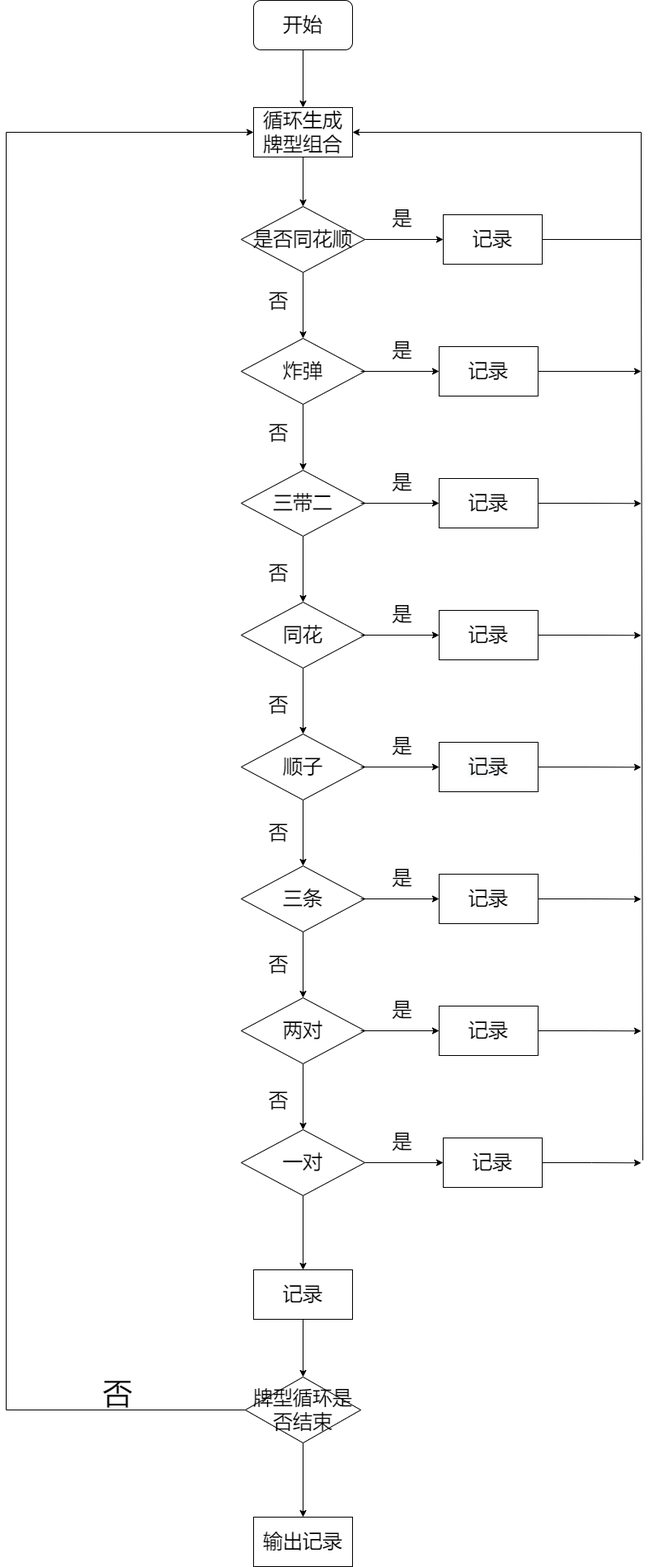
Above: Untitled Diagram.drawio.png in whitesweater/first_ (draw.io), before the change. Source tidied: cells renumbered, new cells last; positions are measured from the earlier drawing's top-left corner, leaving out a move shared by most shapes.
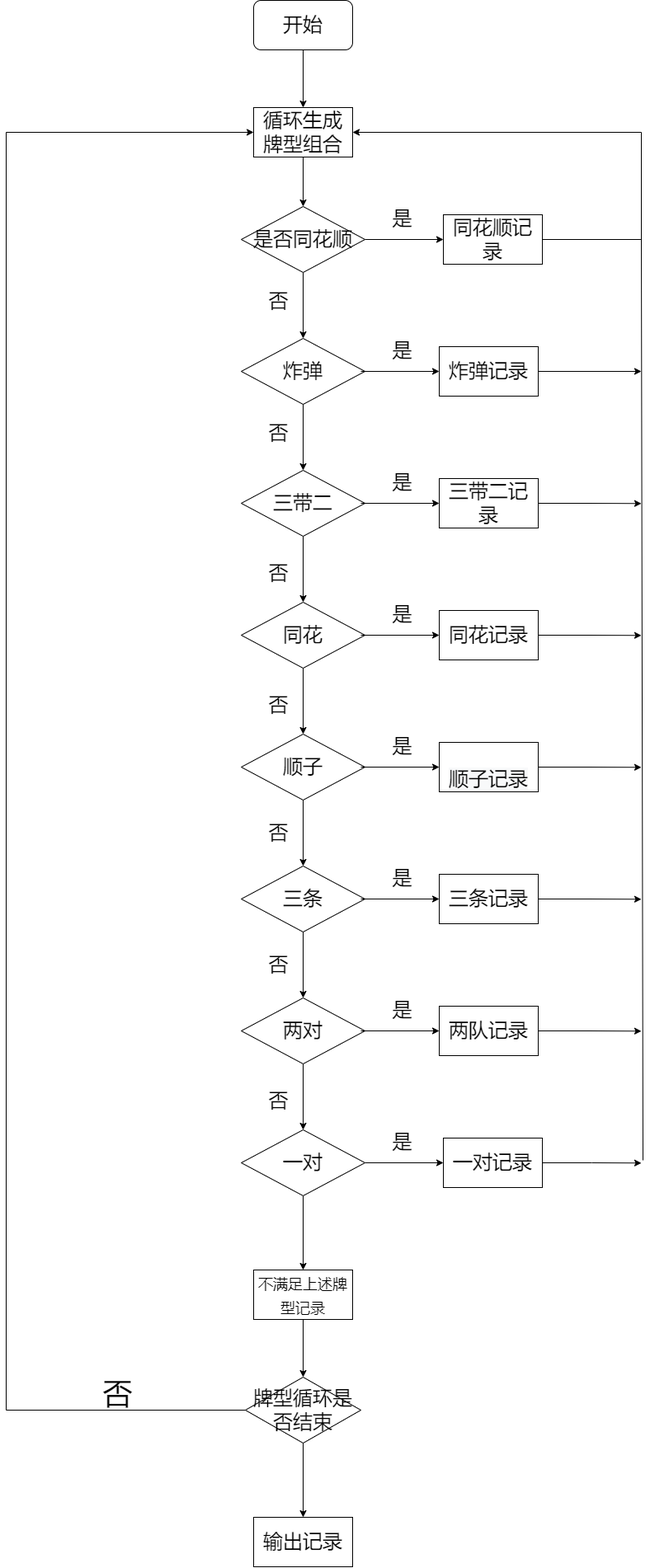
Later version of the same file.

Diff of the diagram source:
```diff
@@ -86,7 +86,7 @@
         </Array>
       </mxGeometry>
     </mxCell>
-    <mxCell id="27" value="记录" style="whiteSpace=wrap;html=1;fontSize=24;" parent="1" vertex="1">
+    <mxCell id="27" value="同花顺记录" style="whiteSpace=wrap;html=1;fontSize=24;" parent="1" vertex="1">
       <mxGeometry x="530" y="260" width="120" height="60" as="geometry" />
     </mxCell>
     <mxCell id="28" style="edgeStyle=orthogonalEdgeStyle;rounded=0;jettySize=auto;html=1;fontSize=24;" parent="1" edge="1" target="30">
@@ -99,7 +99,7 @@
         <mxPoint x="770" y="450" as="targetPoint" />
       </mxGeometry>
     </mxCell>
-    <mxCell id="30" value="&lt;span&gt;记录&lt;/span&gt;" style="whiteSpace=wrap;html=1;fontSize=24;" parent="1" vertex="1">
+    <mxCell id="30" value="&lt;span&gt;炸弹记录&lt;/span&gt;" style="whiteSpace=wrap;html=1;fontSize=24;" parent="1" vertex="1">
       <mxGeometry x="525" y="420" width="120" height="60" as="geometry" />
     </mxCell>
     <mxCell id="31" style="edgeStyle=orthogonalEdgeStyle;rounded=0;jettySize=auto;html=1;fontSize=24;" parent="1" edge="1" target="33">
@@ -112,7 +112,7 @@
         <mxPoint x="770" y="610.3" as="targetPoint" />
       </mxGeometry>
     </mxCell>
-    <mxCell id="33" value="&lt;span&gt;记录&lt;/span&gt;" style="whiteSpace=wrap;html=1;fontSize=24;" parent="1" vertex="1">
+    <mxCell id="33" value="&lt;span&gt;三带二记录&lt;/span&gt;" style="whiteSpace=wrap;html=1;fontSize=24;" parent="1" vertex="1">
       <mxGeometry x="525" y="580" width="120" height="60" as="geometry" />
     </mxCell>
     <mxCell id="34" style="edgeStyle=orthogonalEdgeStyle;rounded=0;jettySize=auto;html=1;fontSize=24;" parent="1" edge="1" target="36">
@@ -125,7 +125,7 @@
         <mxPoint x="770" y="770.3" as="targetPoint" />
       </mxGeometry>
     </mxCell>
-    <mxCell id="36" value="&lt;span&gt;记录&lt;/span&gt;" style="whiteSpace=wrap;html=1;fontSize=24;" parent="1" vertex="1">
+    <mxCell id="36" value="&lt;span&gt;同花记录&lt;/span&gt;" style="whiteSpace=wrap;html=1;fontSize=24;" parent="1" vertex="1">
       <mxGeometry x="525" y="740" width="120" height="60" as="geometry" />
     </mxCell>
     <mxCell id="37" style="edgeStyle=orthogonalEdgeStyle;rounded=0;jettySize=auto;html=1;fontSize=24;" parent="1" edge="1" target="39">
@@ -138,7 +138,7 @@
         <mxPoint x="770" y="930.3" as="targetPoint" />
       </mxGeometry>
     </mxCell>
-    <mxCell id="39" value="&#10;&#10;&lt;span style=&quot;color: rgb(0, 0, 0); font-family: helvetica; font-size: 24px; font-style: normal; font-weight: 400; letter-spacing: normal; text-align: center; text-indent: 0px; text-transform: none; word-spacing: 0px; background-color: rgb(248, 249, 250); display: inline; float: none;&quot;&gt;记录&lt;/span&gt;&#10;&#10;" style="whiteSpace=wrap;html=1;fontSize=24;" parent="1" vertex="1">
+    <mxCell id="39" value="&lt;br&gt;&lt;span style=&quot;color: rgb(0 , 0 , 0) ; font-family: &amp;#34;helvetica&amp;#34; ; font-size: 24px ; font-style: normal ; font-weight: 400 ; letter-spacing: normal ; text-align: center ; text-indent: 0px ; text-transform: none ; word-spacing: 0px ; background-color: rgb(248 , 249 , 250) ; display: inline ; float: none&quot;&gt;顺子记录&lt;/span&gt;&lt;br&gt;" style="whiteSpace=wrap;html=1;fontSize=24;" parent="1" vertex="1">
       <mxGeometry x="525" y="900" width="120" height="60" as="geometry" />
     </mxCell>
     <mxCell id="40" style="edgeStyle=orthogonalEdgeStyle;rounded=0;jettySize=auto;html=1;fontSize=24;" parent="1" edge="1" target="42">
@@ -151,7 +151,7 @@
         <mxPoint x="770" y="1090.3" as="targetPoint" />
       </mxGeometry>
     </mxCell>
-    <mxCell id="42" value="&lt;span&gt;记录&lt;/span&gt;" style="whiteSpace=wrap;html=1;fontSize=24;" parent="1" vertex="1">
+    <mxCell id="42" value="&lt;span&gt;三条记录&lt;/span&gt;" style="whiteSpace=wrap;html=1;fontSize=24;" parent="1" vertex="1">
       <mxGeometry x="525" y="1060" width="120" height="60" as="geometry" />
     </mxCell>
     <mxCell id="43" style="edgeStyle=orthogonalEdgeStyle;rounded=0;jettySize=auto;html=1;fontSize=24;" parent="1" edge="1" target="45">
@@ -164,7 +164,7 @@
         <mxPoint x="770" y="1250.3" as="targetPoint" />
       </mxGeometry>
     </mxCell>
-    <mxCell id="45" value="&lt;span&gt;记录&lt;/span&gt;" style="whiteSpace=wrap;html=1;fontSize=24;" parent="1" vertex="1">
+    <mxCell id="45" value="&lt;span&gt;两队记录&lt;/span&gt;" style="whiteSpace=wrap;html=1;fontSize=24;" parent="1" vertex="1">
       <mxGeometry x="525" y="1220" width="120" height="60" as="geometry" />
     </mxCell>
     <mxCell id="46" style="edgeStyle=orthogonalEdgeStyle;rounded=0;jettySize=auto;html=1;exitX=1;exitY=0.5;exitDx=0;exitDy=0;fontSize=36;" parent="1" edge="1" source="47">
@@ -172,7 +172,7 @@
         <mxPoint x="770" y="1410.3" as="targetPoint" />
       </mxGeometry>
     </mxCell>
-    <mxCell id="47" value="&lt;span&gt;记录&lt;/span&gt;" style="whiteSpace=wrap;html=1;fontSize=24;" parent="1" vertex="1">
+    <mxCell id="47" value="&lt;span&gt;一对记录&lt;/span&gt;" style="whiteSpace=wrap;html=1;fontSize=24;" parent="1" vertex="1">
       <mxGeometry x="530" y="1380" width="120" height="60" as="geometry" />
     </mxCell>
     <mxCell id="48" value="是" style="text;html=1;align=center;verticalAlign=middle;strokeColor=none;fillColor=none;fontSize=24;" parent="1" vertex="1">
@@ -202,7 +202,7 @@
     <mxCell id="56" style="edgeStyle=orthogonalEdgeStyle;rounded=0;jettySize=auto;html=1;fontSize=24;" parent="1" edge="1" source="57" target="60">
       <mxGeometry relative="1" as="geometry" />
     </mxCell>
-    <mxCell id="57" value="记录" style="whiteSpace=wrap;html=1;fontSize=24;" parent="1" vertex="1">
+    <mxCell id="57" value="&lt;font style=&quot;font-size: 18px&quot;&gt;不满足上述牌型记录&lt;/font&gt;" style="whiteSpace=wrap;html=1;fontSize=24;" parent="1" vertex="1">
       <mxGeometry x="300" y="1540" width="120" height="60" as="geometry" />
     </mxCell>
     <mxCell id="58" style="edgeStyle=orthogonalEdgeStyle;rounded=0;jettySize=auto;html=1;exitX=0;exitY=0.5;exitDx=0;exitDy=0;entryX=0;entryY=0.5;entryDx=0;entryDy=0;fontSize=24;" parent="1" edge="1" source="60" target="4">
```
